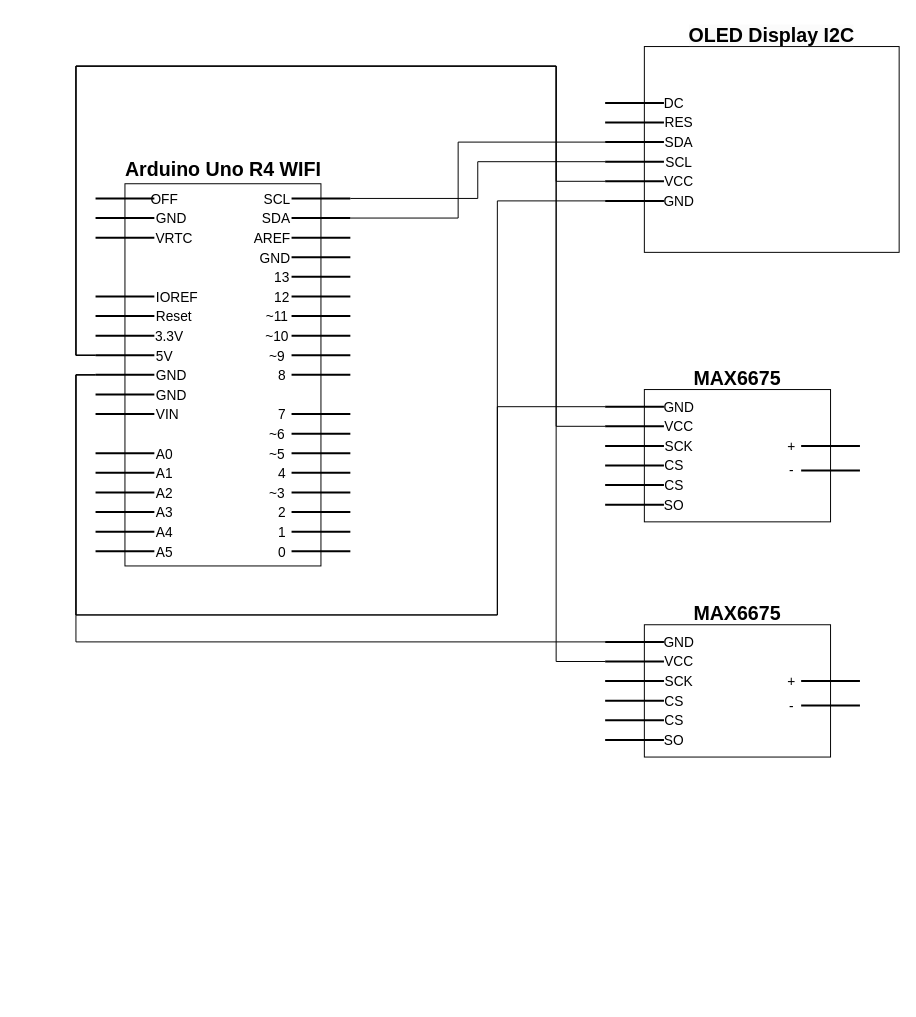
Above: HaySteamerCircuitDiagram.drawio in RoadRunner-2/HaySteamerTemperatureControl (draw.io), before the change. Source tidied: cells renumbered, new cells numbered last; positions are measured from the earlier drawing's top-left corner, leaving out a move shared by most shapes. Both pictures are drawn from the tidied source at 98%, with x=0, y=0 at pixel (75, 17).
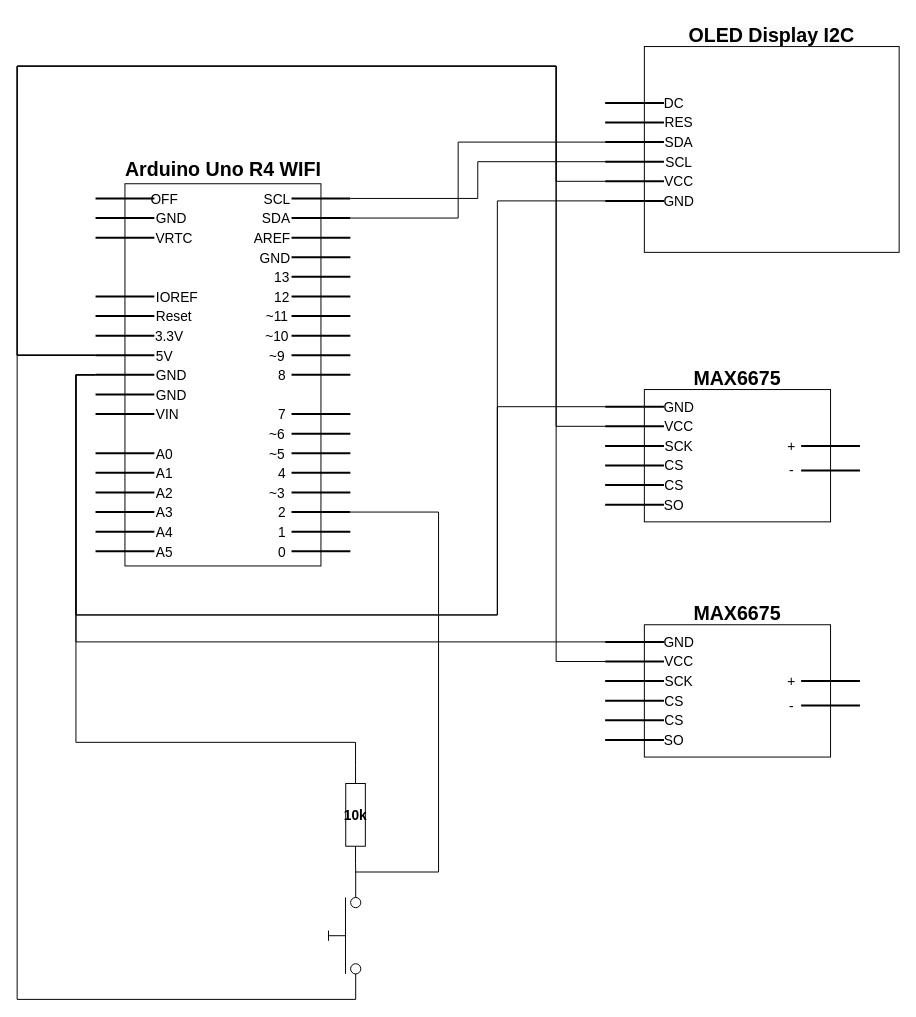
The same diagram, later.

Commit message:
added and connected push button to circuit diagram

The change refers to these unchanged cells:
```xml
<mxCell id="13" style="line;strokeWidth=2;html=1;" parent="3" vertex="1">
  <mxGeometry y="190" width="60" height="10" as="geometry" />
</mxCell>
<mxCell id="14" style="line;strokeWidth=2;html=1;" parent="3" vertex="1">
  <mxGeometry y="170" width="60" height="10" as="geometry" />
</mxCell>
<mxCell id="22" style="line;strokeWidth=2;html=1;" parent="3" vertex="1">
  <mxGeometry x="200" y="330" width="60" height="10" as="geometry" />
</mxCell>
<mxCell id="80" style="line;strokeWidth=2;html=1;" parent="74" vertex="1">
  <mxGeometry y="62.5" width="60" height="10" as="geometry" />
</mxCell>
<mxCell id="97" style="line;strokeWidth=2;html=1;" parent="93" vertex="1">
  <mxGeometry y="162.5" width="60" height="10" as="geometry" />
</mxCell>
<mxCell id="114" style="line;strokeWidth=2;html=1;" parent="108" vertex="1">
  <mxGeometry y="62.5" width="60" height="10" as="geometry" />
</mxCell>
```

The edit, as a diff of the source:
```diff
@@
     <mxCell id="132" style="edgeStyle=orthogonalEdgeStyle;rounded=0;jettySize=auto;html=1;exitX=0;exitY=0.5;exitDx=0;exitDy=0;exitPerimeter=0;entryX=0;entryY=0.5;entryDx=0;entryDy=0;entryPerimeter=0;endArrow=none;endFill=0;" parent="1" edge="1" source="14" target="97">
       <mxGeometry relative="1" as="geometry">
         <Array as="points">
-          <mxPoint y="345" />
-          <mxPoint y="50" />
+          <mxPoint x="-60" y="345" />
+          <mxPoint x="-60" y="50" />
           <mxPoint x="490" y="50" />
           <mxPoint x="490" y="168" />
         </Array>
       </mxGeometry>
     </mxCell>
     <mxCell id="133" style="edgeStyle=orthogonalEdgeStyle;rounded=0;jettySize=auto;html=1;exitX=0;exitY=0.5;exitDx=0;exitDy=0;exitPerimeter=0;entryX=0;entryY=0.5;entryDx=0;entryDy=0;entryPerimeter=0;endArrow=none;endFill=0;" parent="1" edge="1" source="14" target="80">
       <mxGeometry relative="1" as="geometry">
         <Array as="points">
-          <mxPoint y="345" />
-          <mxPoint y="50" />
+          <mxPoint x="-60" y="345" />
+          <mxPoint x="-60" y="50" />
           <mxPoint x="490" y="50" />
           <mxPoint x="490" y="418" />
         </Array>
       </mxGeometry>
     </mxCell>
     <mxCell id="134" style="edgeStyle=orthogonalEdgeStyle;rounded=0;jettySize=auto;html=1;exitX=0;exitY=0.5;exitDx=0;exitDy=0;exitPerimeter=0;entryX=0;entryY=0.5;entryDx=0;entryDy=0;entryPerimeter=0;endArrow=none;endFill=0;" parent="1" edge="1" source="14" target="114">
       <mxGeometry relative="1" as="geometry">
         <Array as="points">
-          <mxPoint y="345" />
-          <mxPoint y="50" />
+          <mxPoint x="-60" y="345" />
+          <mxPoint x="-60" y="50" />
           <mxPoint x="490" y="50" />
           <mxPoint x="490" y="658" />
         </Array>
       </mxGeometry>
     </mxCell>
+    <mxCell id="135" style="html=1;shape=mxgraph.electrical.electro-mechanical.pushbutton;elSwitchState=off;direction=north;" parent="1" vertex="1">
+      <mxGeometry x="257.7" y="872.3" width="34.7" height="130" as="geometry" />
+    </mxCell>
+    <mxCell id="136" style="edgeStyle=orthogonalEdgeStyle;rounded=0;jettySize=auto;html=1;exitX=0;exitY=0.5;exitDx=0;exitDy=0;exitPerimeter=0;entryX=0;entryY=0.8;entryDx=0;entryDy=0;endArrow=none;endFill=0;" parent="1" edge="1" source="14" target="135">
+      <mxGeometry relative="1" as="geometry">
+        <Array as="points">
+          <mxPoint x="-60" y="345" />
+          <mxPoint x="-60" y="1002" />
+        </Array>
+      </mxGeometry>
+    </mxCell>
+    <mxCell id="137" style="edgeStyle=orthogonalEdgeStyle;rounded=0;jettySize=auto;html=1;exitX=0;exitY=0.5;exitDx=0;exitDy=0;exitPerimeter=0;entryX=1;entryY=0.8;entryDx=0;entryDy=0;endArrow=none;endFill=0;" parent="1" edge="1" source="139" target="135">
+      <mxGeometry relative="1" as="geometry" />
+    </mxCell>
+    <mxCell id="138" style="edgeStyle=orthogonalEdgeStyle;rounded=0;jettySize=auto;html=1;exitX=1;exitY=0.5;exitDx=0;exitDy=0;exitPerimeter=0;entryX=0;entryY=0.5;entryDx=0;entryDy=0;entryPerimeter=0;endArrow=none;endFill=0;" parent="1" edge="1" source="139" target="13">
+      <mxGeometry relative="1" as="geometry">
+        <Array as="points">
+          <mxPoint x="286" y="740" />
+          <mxPoint y="740" />
+          <mxPoint y="365" />
+        </Array>
+      </mxGeometry>
+    </mxCell>
+    <mxCell id="139" style="verticalLabelPosition=bottom;shadow=0;dashed=0;align=center;html=1;verticalAlign=top;shape=mxgraph.electrical.resistors.resistor_1;direction=north;" parent="1" vertex="1">
+      <mxGeometry x="275.3" y="764" width="20" height="100" as="geometry" />
+    </mxCell>
+    <mxCell id="140" value="&lt;font style=&quot;font-size: 14px;&quot;&gt;10k&lt;/font&gt;" style="text;strokeColor=none;fillColor=none;html=1;fontSize=24;fontStyle=1;verticalAlign=middle;align=center;direction=north;" parent="1" vertex="1">
+      <mxGeometry x="273" y="791.7" width="24.7" height="40" as="geometry" />
+    </mxCell>
+    <mxCell id="141" style="edgeStyle=orthogonalEdgeStyle;rounded=0;jettySize=auto;html=1;exitX=1;exitY=0.8;exitDx=0;exitDy=0;entryX=1;entryY=0.5;entryDx=0;entryDy=0;entryPerimeter=0;endArrow=none;endFill=0;" parent="1" edge="1" source="135" target="22">
+      <mxGeometry relative="1" as="geometry">
+        <Array as="points">
+          <mxPoint x="370" y="872" />
+          <mxPoint x="370" y="505" />
+        </Array>
+      </mxGeometry>
+    </mxCell>
```
